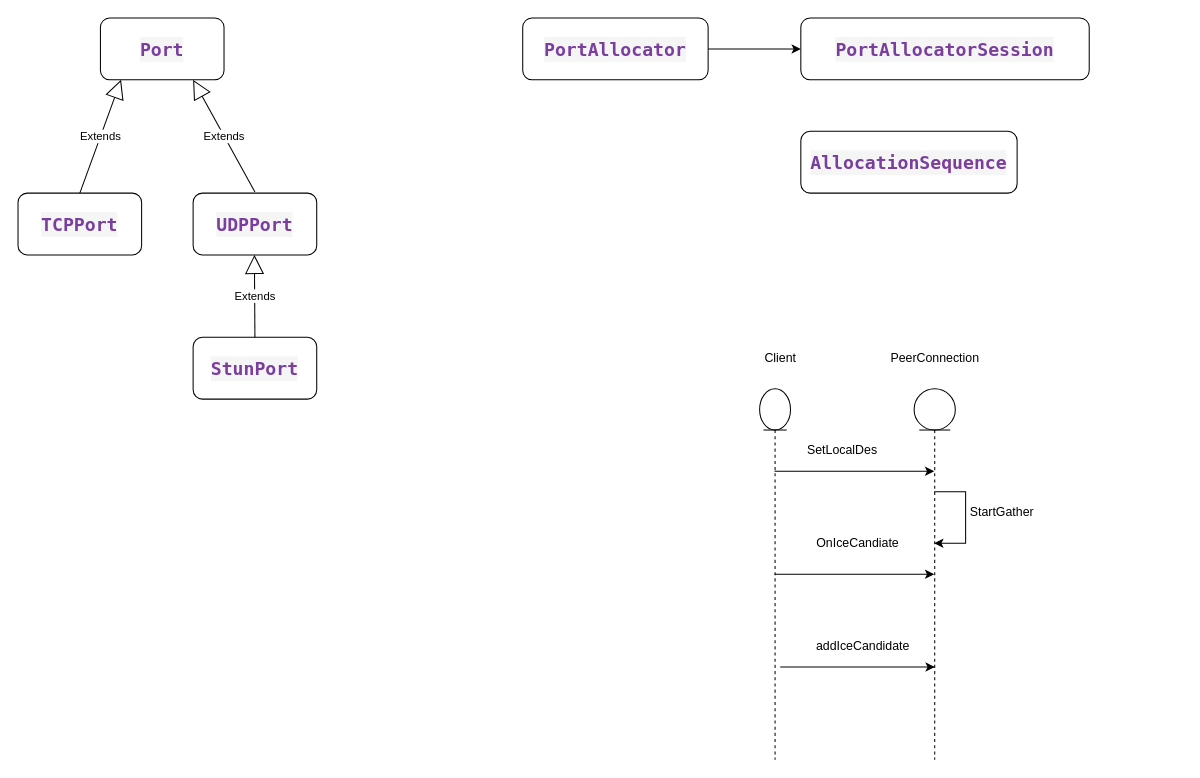
This is page "P2P" (9 of 9) of congestion.drawio from shcalm/repo_drawio, a draw.io file, before an edit. Source tidied: cells renumbered, new cells numbered last; positions are measured from the earlier drawing's top-left corner, leaving out a move shared by most shapes. Both pictures are drawn from the tidied source at 103%, with x=0, y=0 at pixel (18, 18).
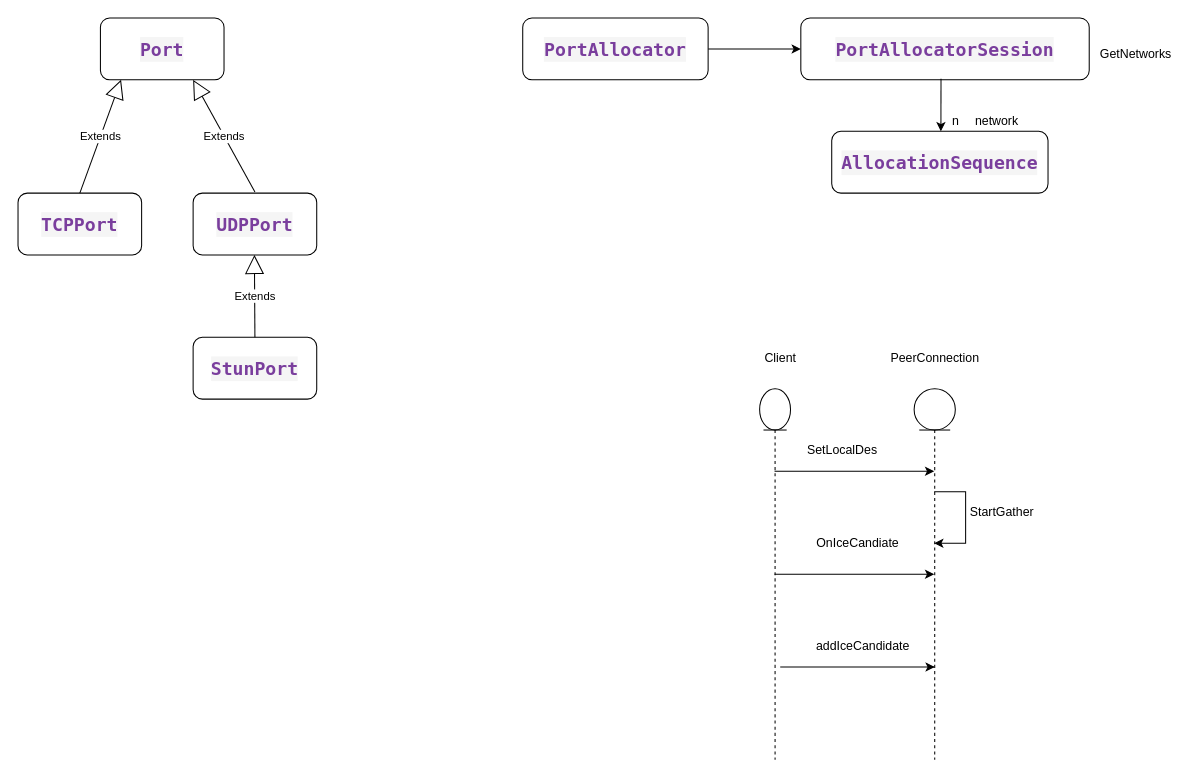
The same page after the edit.

Change to the diagram source:
```diff
@@
     <mxCell id="5" value="&lt;div style=&quot;color: rgb(51, 51, 51); background-color: rgb(245, 245, 245); font-family: &amp;quot;Droid Sans Mono&amp;quot;, &amp;quot;monospace&amp;quot;, monospace; font-weight: normal; font-size: 17.6px; line-height: 24px;&quot;&gt;&lt;div&gt;&lt;span style=&quot;color: #7a3e9d;font-weight: bold;&quot;&gt;AllocationSequence&lt;/span&gt;&lt;/div&gt;&lt;/div&gt;" style="rounded=1;whiteSpace=wrap;html=1;" parent="1" vertex="1">
-      <mxGeometry x="760" y="110" width="210" height="60" as="geometry" />
+      <mxGeometry x="790" y="110" width="210" height="60" as="geometry" />
     </mxCell>
@@
+    <mxCell id="25" style="endArrow=classic;html=1;rounded=0;exitX=0.479;exitY=0.983;exitDx=0;exitDy=0;exitPerimeter=0;" parent="1" edge="1">
+      <mxGeometry relative="1" as="geometry">
+        <mxPoint x="896.1" y="59" as="sourcePoint" />
+        <mxPoint x="896" y="110" as="targetPoint" />
+      </mxGeometry>
+    </mxCell>
+    <mxCell id="26" value="n" style="text;html=1;align=center;verticalAlign=middle;strokeColor=none;fillColor=none;" parent="1" vertex="1">
+      <mxGeometry x="895" y="85" width="30" height="30" as="geometry" />
+    </mxCell>
+    <mxCell id="27" value="GetNetworks" style="text;html=1;align=center;verticalAlign=middle;strokeColor=none;fillColor=none;" parent="1" vertex="1">
+      <mxGeometry x="1040" y="20" width="90" height="30" as="geometry" />
+    </mxCell>
+    <mxCell id="28" value="network" style="text;html=1;align=center;verticalAlign=middle;strokeColor=none;fillColor=none;" parent="1" vertex="1">
+      <mxGeometry x="915" y="85" width="70" height="30" as="geometry" />
+    </mxCell>
```
